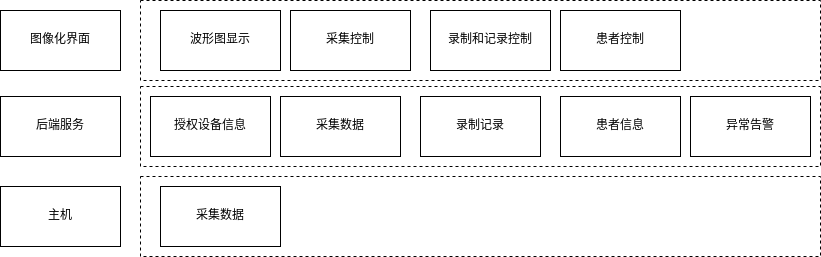
Before: 图片/概念设计-关键数据结构.png, a diagram exported from draw.io (yz360307/draw). Source tidied: cells renumbered, new cells last; positions are measured from the earlier drawing's top-left corner, leaving out a move shared by most shapes.
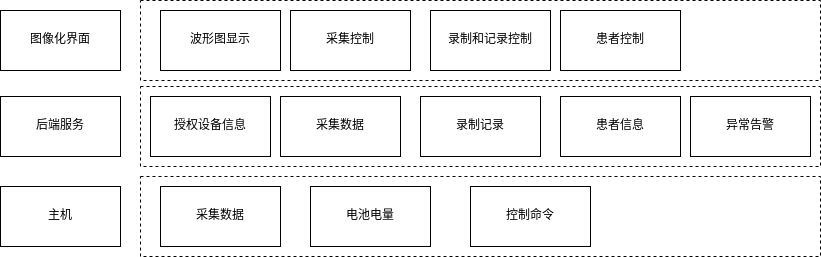
Later version of the same file.

Change to the diagram source:
```diff
@@ -50,5 +50,11 @@
     <mxCell id="17" value="患者控制" style="rounded=0;whiteSpace=wrap;html=1;" parent="1" vertex="1">
       <mxGeometry x="560" y="10" width="120" height="60" as="geometry" />
     </mxCell>
+    <mxCell id="18" value="电池电量" style="rounded=0;whiteSpace=wrap;html=1;" parent="1" vertex="1">
+      <mxGeometry x="310" y="186" width="120" height="60" as="geometry" />
+    </mxCell>
+    <mxCell id="19" value="控制命令" style="rounded=0;whiteSpace=wrap;html=1;" parent="1" vertex="1">
+      <mxGeometry x="470" y="186" width="120" height="60" as="geometry" />
+    </mxCell>
   </root>
 </mxGraphModel>
```
